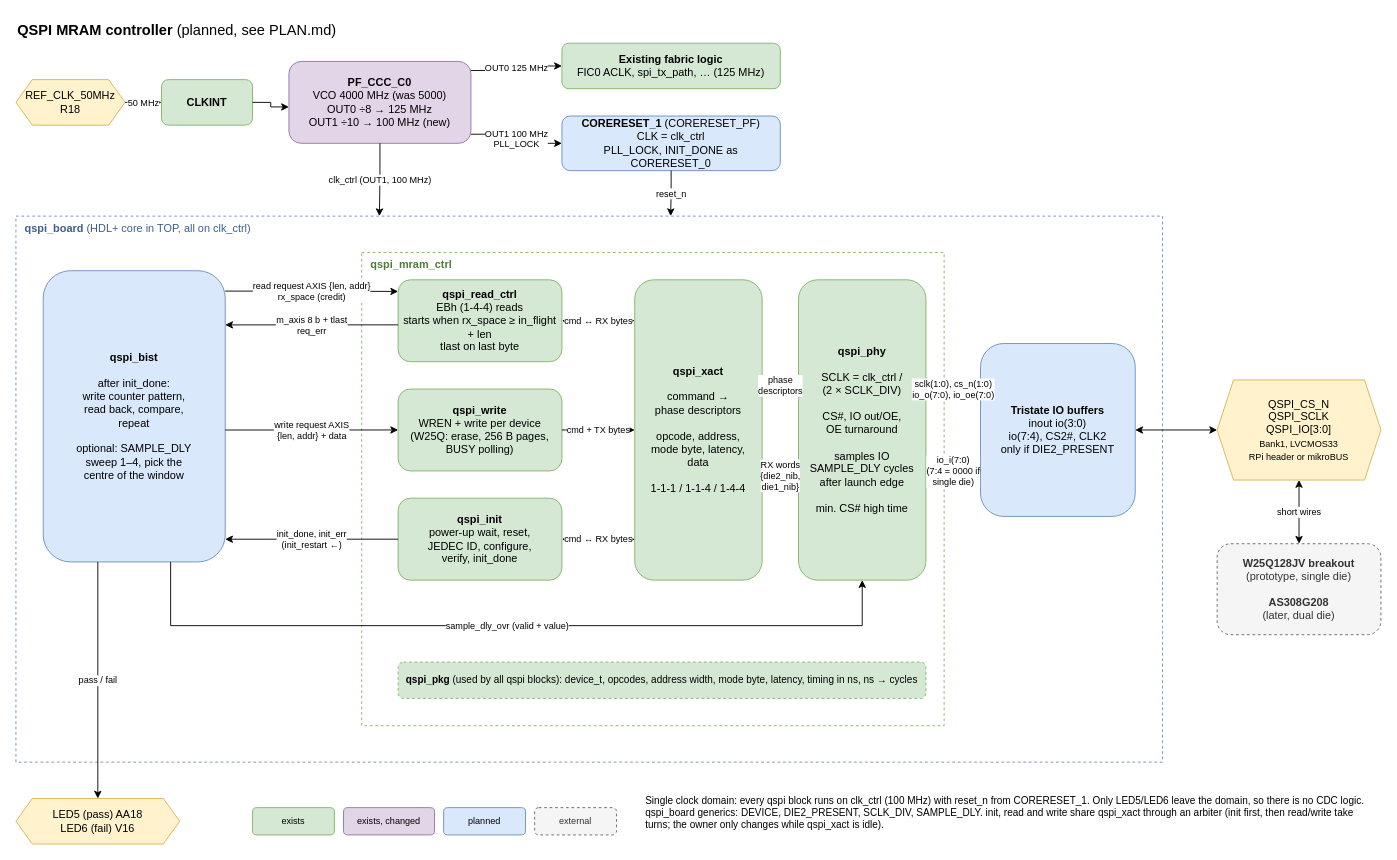
This is documentation/qspi_controller.drawio from jenswilly/polarfire_simple, a draw.io file, before an edit. Source tidied: cells renumbered, new cells numbered last; positions are measured from the earlier drawing's top-left corner, leaving out a move shared by most shapes. Both pictures are drawn from the tidied source at 91%, with x=0, y=0 at pixel (15, 15).
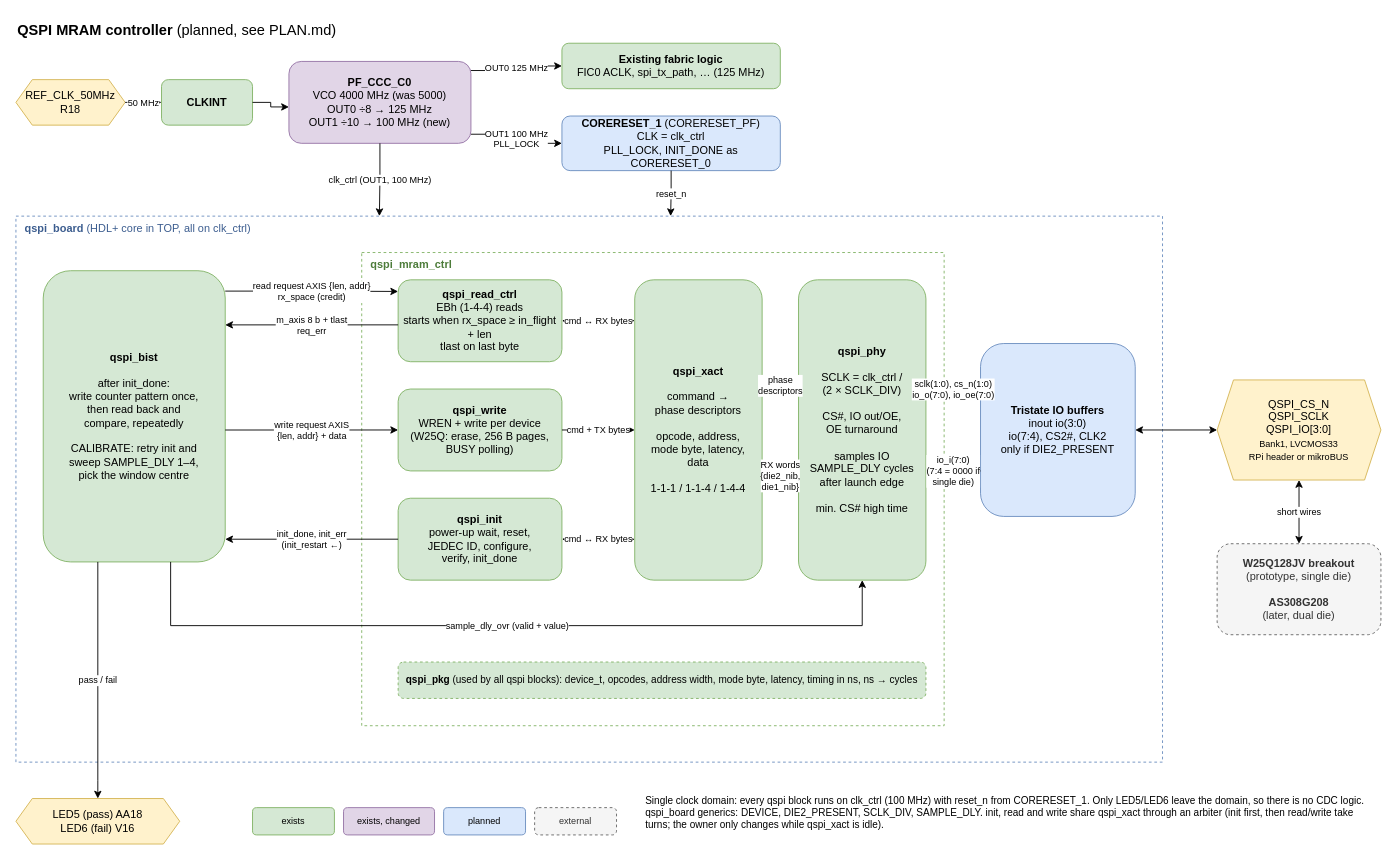
The same diagram, later.

Commit message (it also covers changes not shown here):
Step 10: BIST

What changed in the source:
```diff
@@
-    <mxCell id="16" value="&lt;b&gt;qspi_bist&lt;/b&gt;&lt;br&gt;&lt;br&gt;after init_done:&lt;br&gt;write counter pattern,&lt;br&gt;read back, compare,&lt;br&gt;repeat&lt;br&gt;&lt;br&gt;optional: SAMPLE_DLY&lt;br&gt;sweep 1–4, pick the&lt;br&gt;centre of the window" style="rounded=1;whiteSpace=wrap;html=1;fillColor=#dae8fc;strokeColor=#6c8ebf;" parent="1" vertex="1">
+    <mxCell id="16" value="&lt;b&gt;qspi_bist&lt;/b&gt;&lt;br&gt;&lt;br&gt;after init_done:&lt;br&gt;write counter pattern once,&lt;br&gt;then read back and&lt;br&gt;compare, repeatedly&lt;br&gt;&lt;br&gt;CALIBRATE: retry init and&lt;br&gt;sweep SAMPLE_DLY 1–4,&lt;br&gt;pick the window centre" style="rounded=1;whiteSpace=wrap;html=1;fillColor=#d5e8d4;strokeColor=#82b366;" parent="1" vertex="1">
       <mxGeometry x="30" y="280" width="200" height="320" as="geometry" />
     </mxCell>
```
